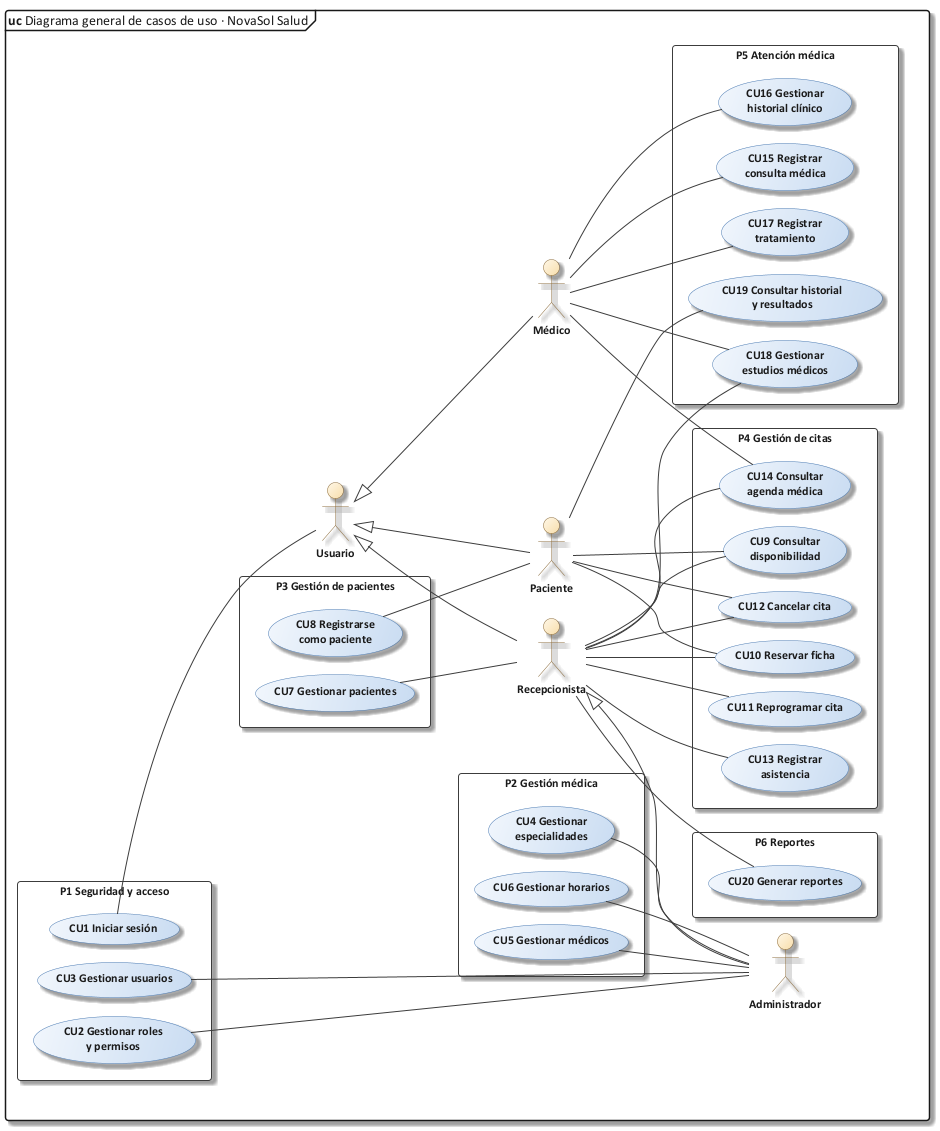
Earlier version of the PlantUML export Docs/diagramas/10_cu_general.png (Kato-001/nova-salud). Source of this version:
```plantuml
@startuml 10_cu_general
!include C:/Users/Sergio Estaca Paco/Desktop/HeadSalud/Docs/diagramas/estilo_ea.iuml
mainframe **uc** Diagrama general de casos de uso · NovaSol Salud
left to right direction
skinparam packageStyle rectangle
skinparam nodesep 18
skinparam ranksep 60

package "P1 Seguridad y acceso" {
  usecase "CU1 Iniciar sesión" as CU1
  usecase "CU2 Gestionar roles\ny permisos" as CU2
  usecase "CU3 Gestionar usuarios" as CU3
}
package "P2 Gestión médica" {
  usecase "CU4 Gestionar\nespecialidades" as CU4
  usecase "CU5 Gestionar médicos" as CU5
  usecase "CU6 Gestionar horarios" as CU6
}
package "P3 Gestión de pacientes" {
  usecase "CU7 Gestionar pacientes" as CU7
  usecase "CU8 Registrarse\ncomo paciente" as CU8
}

actor "Usuario" as U
actor "Administrador" as A
actor "Recepcionista" as R
actor "Médico" as M
actor "Paciente" as P

package "P4 Gestión de citas" {
  usecase "CU9 Consultar\ndisponibilidad" as CU9
  usecase "CU10 Reservar ficha" as CU10
  usecase "CU11 Reprogramar cita" as CU11
  usecase "CU12 Cancelar cita" as CU12
  usecase "CU13 Registrar\nasistencia" as CU13
  usecase "CU14 Consultar\nagenda médica" as CU14
}
package "P5 Atención médica" {
  usecase "CU15 Registrar\nconsulta médica" as CU15
  usecase "CU16 Gestionar\nhistorial clínico" as CU16
  usecase "CU17 Registrar\ntratamiento" as CU17
  usecase "CU18 Gestionar\nestudios médicos" as CU18
  usecase "CU19 Consultar historial\ny resultados" as CU19
}
package "P6 Reportes" {
  usecase "CU20 Generar reportes" as CU20
}

A -up-|> R
R -up-|> U
M -up-|> U
P -up-|> U

CU1 -- U
CU2 -- A
CU3 -- A
CU4 -- A
CU5 -- A
CU6 -- A
CU7 -- R
CU8 -- P

R -- CU9
R -- CU10
R -- CU11
R -- CU12
R -- CU13
R -- CU14
R -- CU18
R -- CU20
M -- CU14
M -- CU15
M -- CU16
M -- CU17
M -- CU18
P -- CU9
P -- CU10
P -- CU12
P -- CU19
@enduml
```
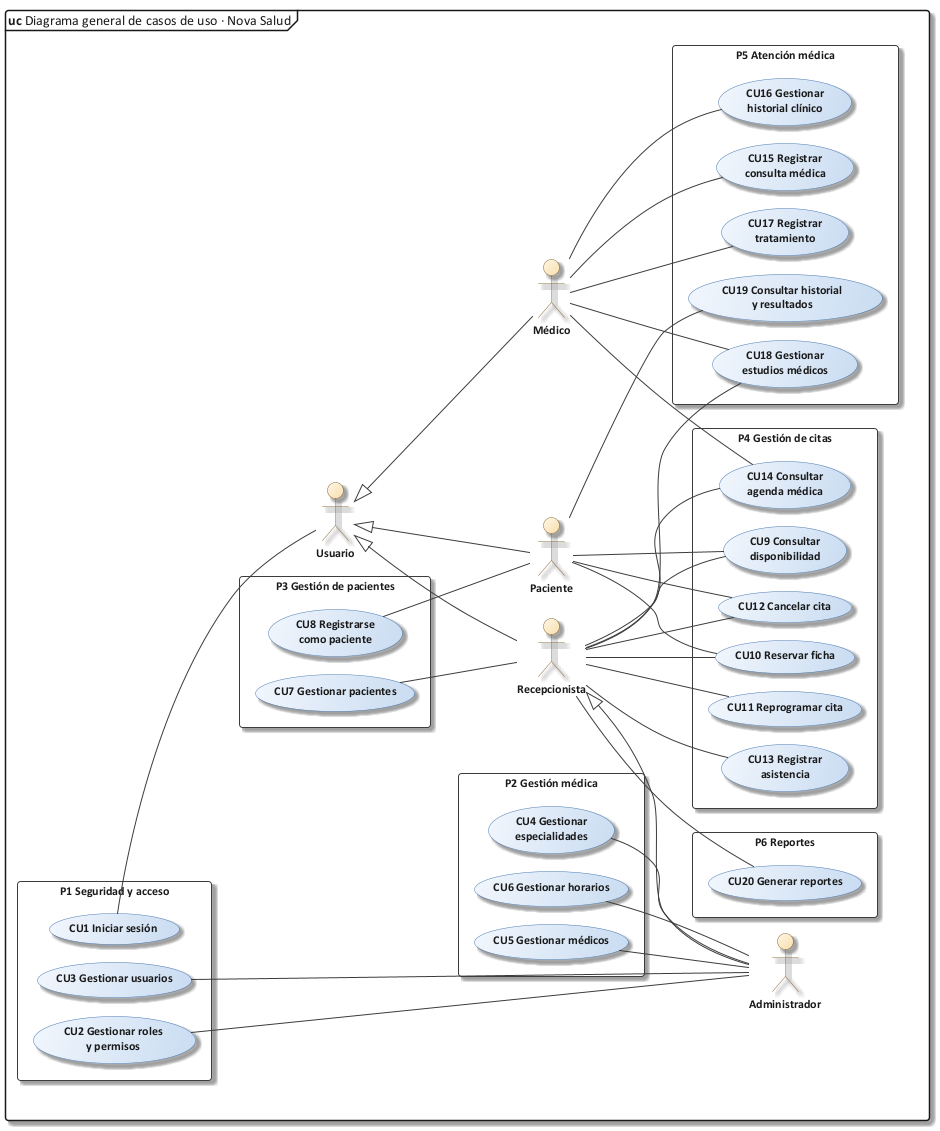
The same diagram one commit later.

Diff of the diagram source:
```diff
@@ -1,6 +1,6 @@
 @startuml 10_cu_general
 !include C:/Users/Sergio Estaca Paco/Desktop/HeadSalud/Docs/diagramas/estilo_ea.iuml
-mainframe **uc** Diagrama general de casos de uso · NovaSol Salud
+mainframe **uc** Diagrama general de casos de uso · Nova Salud
 left to right direction
 skinparam packageStyle rectangle
 skinparam nodesep 18
```
